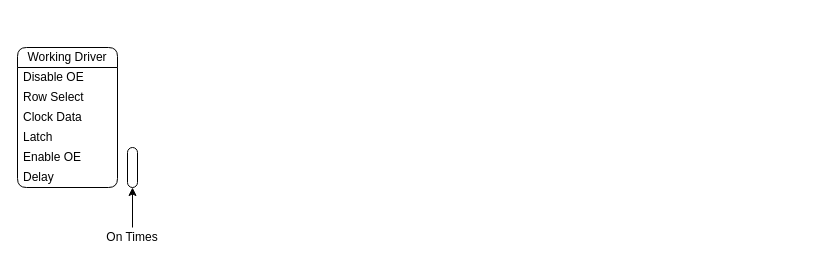
This is page "HUB75" (2 of 3) of Documentation/Graphics Pipeline.drawio from XCR1793/ARCOS, a draw.io file, before an edit. Source tidied: cells renumbered, new cells numbered last; positions are measured from the earlier drawing's top-left corner, leaving out a move shared by most shapes. Both pictures are drawn from the tidied source at 100%, with x=0, y=0 at pixel (17, 47).
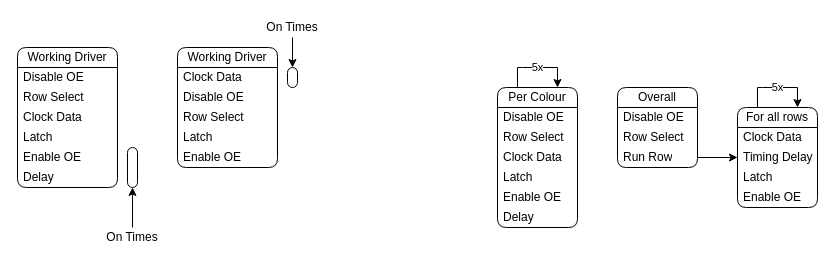
The same page after the edit.

Commit message:
Added ESP32-HUB75-I2S-DMA Reverse engineering

The edit, as a diff of the source:
```diff
@@
+    <mxCell id="12" value="Working Driver" style="swimlane;fontStyle=0;horizontal=1;startSize=20;whiteSpace=wrap;html=1;rounded=1;" parent="1" vertex="1">
+      <mxGeometry x="160" width="100" height="120" as="geometry" />
+    </mxCell>
+    <mxCell id="13" value="Clock Data" style="text;strokeColor=none;fillColor=none;align=left;verticalAlign=middle;spacingLeft=4;spacingRight=4;overflow=hidden;whiteSpace=wrap;html=1;" parent="12" vertex="1">
+      <mxGeometry y="20" width="100" height="20" as="geometry" />
+    </mxCell>
+    <mxCell id="14" value="Disable OE" style="text;strokeColor=none;fillColor=none;align=left;verticalAlign=middle;spacingLeft=4;spacingRight=4;overflow=hidden;whiteSpace=wrap;html=1;" parent="12" vertex="1">
+      <mxGeometry y="40" width="100" height="20" as="geometry" />
+    </mxCell>
+    <mxCell id="15" value="Row Select" style="text;strokeColor=none;fillColor=none;align=left;verticalAlign=middle;spacingLeft=4;spacingRight=4;overflow=hidden;whiteSpace=wrap;html=1;" parent="12" vertex="1">
+      <mxGeometry y="60" width="100" height="20" as="geometry" />
+    </mxCell>
+    <mxCell id="16" value="Latch" style="text;strokeColor=none;fillColor=none;align=left;verticalAlign=middle;spacingLeft=4;spacingRight=4;overflow=hidden;whiteSpace=wrap;html=1;" parent="12" vertex="1">
+      <mxGeometry y="80" width="100" height="20" as="geometry" />
+    </mxCell>
+    <mxCell id="17" value="Enable OE" style="text;strokeColor=none;fillColor=none;align=left;verticalAlign=middle;spacingLeft=4;spacingRight=4;overflow=hidden;whiteSpace=wrap;html=1;" parent="12" vertex="1">
+      <mxGeometry y="100" width="100" height="20" as="geometry" />
+    </mxCell>
+    <mxCell id="18" style="rounded=1;whiteSpace=wrap;html=1;absoluteArcSize=1;" parent="1" vertex="1">
+      <mxGeometry x="270" y="20" width="10" height="20" as="geometry" />
+    </mxCell>
+    <mxCell id="19" style="edgeStyle=orthogonalEdgeStyle;rounded=0;jettySize=auto;html=1;exitX=0.5;exitY=1;exitDx=0;exitDy=0;entryX=0.5;entryY=0;entryDx=0;entryDy=0;" parent="1" edge="1" source="20" target="18">
+      <mxGeometry relative="1" as="geometry" />
+    </mxCell>
+    <mxCell id="20" value="On Times" style="text;html=1;align=center;verticalAlign=middle;whiteSpace=wrap;rounded=0;" parent="1" vertex="1">
+      <mxGeometry x="240" y="-30" width="70" height="20" as="geometry" />
+    </mxCell>
+    <mxCell id="21" value="Per Colour" style="swimlane;fontStyle=0;horizontal=1;startSize=20;whiteSpace=wrap;html=1;rounded=1;" parent="1" vertex="1">
+      <mxGeometry x="480" y="40" width="80" height="140" as="geometry" />
+    </mxCell>
+    <mxCell id="22" value="Disable OE" style="text;strokeColor=none;fillColor=none;align=left;verticalAlign=middle;spacingLeft=4;spacingRight=4;overflow=hidden;whiteSpace=wrap;html=1;" parent="21" vertex="1">
+      <mxGeometry y="20" width="80" height="20" as="geometry" />
+    </mxCell>
+    <mxCell id="23" value="Row Select" style="text;strokeColor=none;fillColor=none;align=left;verticalAlign=middle;spacingLeft=4;spacingRight=4;overflow=hidden;whiteSpace=wrap;html=1;" parent="21" vertex="1">
+      <mxGeometry y="40" width="80" height="20" as="geometry" />
+    </mxCell>
+    <mxCell id="24" value="Clock Data" style="text;strokeColor=none;fillColor=none;align=left;verticalAlign=middle;spacingLeft=4;spacingRight=4;overflow=hidden;whiteSpace=wrap;html=1;" parent="21" vertex="1">
+      <mxGeometry y="60" width="80" height="20" as="geometry" />
+    </mxCell>
+    <mxCell id="25" value="Latch" style="text;strokeColor=none;fillColor=none;align=left;verticalAlign=middle;spacingLeft=4;spacingRight=4;overflow=hidden;whiteSpace=wrap;html=1;" parent="21" vertex="1">
+      <mxGeometry y="80" width="80" height="20" as="geometry" />
+    </mxCell>
+    <mxCell id="26" value="Enable OE" style="text;strokeColor=none;fillColor=none;align=left;verticalAlign=middle;spacingLeft=4;spacingRight=4;overflow=hidden;whiteSpace=wrap;html=1;" parent="21" vertex="1">
+      <mxGeometry y="100" width="80" height="20" as="geometry" />
+    </mxCell>
+    <mxCell id="27" value="Delay" style="text;strokeColor=none;fillColor=none;align=left;verticalAlign=middle;spacingLeft=4;spacingRight=4;overflow=hidden;whiteSpace=wrap;html=1;" parent="21" vertex="1">
+      <mxGeometry y="120" width="80" height="20" as="geometry" />
+    </mxCell>
+    <mxCell id="28" value="5x" style="edgeStyle=orthogonalEdgeStyle;rounded=0;orthogonalLoop=1;jettySize=auto;html=1;exitX=0.25;exitY=0;exitDx=0;exitDy=0;entryX=0.75;entryY=0;entryDx=0;entryDy=0;" parent="1" edge="1" source="21" target="21">
+      <mxGeometry relative="1" as="geometry">
+        <Array as="points">
+          <mxPoint x="505" y="20" />
+          <mxPoint x="555" y="20" />
+        </Array>
+      </mxGeometry>
+    </mxCell>
+    <mxCell id="29" value="For all rows" style="swimlane;fontStyle=0;horizontal=1;startSize=20;whiteSpace=wrap;html=1;rounded=1;" parent="1" vertex="1">
+      <mxGeometry x="720" y="60" width="80" height="100" as="geometry" />
+    </mxCell>
+    <mxCell id="30" value="Clock Data" style="text;strokeColor=none;fillColor=none;align=left;verticalAlign=middle;spacingLeft=4;spacingRight=4;overflow=hidden;whiteSpace=wrap;html=1;" parent="29" vertex="1">
+      <mxGeometry y="20" width="80" height="20" as="geometry" />
+    </mxCell>
+    <mxCell id="31" value="Timing Delay" style="text;strokeColor=none;fillColor=none;align=left;verticalAlign=middle;spacingLeft=4;spacingRight=4;overflow=hidden;whiteSpace=wrap;html=1;" parent="29" vertex="1">
+      <mxGeometry y="40" width="80" height="20" as="geometry" />
+    </mxCell>
+    <mxCell id="32" value="Latch" style="text;strokeColor=none;fillColor=none;align=left;verticalAlign=middle;spacingLeft=4;spacingRight=4;overflow=hidden;whiteSpace=wrap;html=1;" parent="29" vertex="1">
+      <mxGeometry y="60" width="80" height="20" as="geometry" />
+    </mxCell>
+    <mxCell id="33" value="Enable OE" style="text;strokeColor=none;fillColor=none;align=left;verticalAlign=middle;spacingLeft=4;spacingRight=4;overflow=hidden;whiteSpace=wrap;html=1;" parent="29" vertex="1">
+      <mxGeometry y="80" width="80" height="20" as="geometry" />
+    </mxCell>
+    <mxCell id="34" value="5x" style="edgeStyle=orthogonalEdgeStyle;rounded=0;orthogonalLoop=1;jettySize=auto;html=1;exitX=0.25;exitY=0;exitDx=0;exitDy=0;entryX=0.75;entryY=0;entryDx=0;entryDy=0;" parent="1" edge="1" source="29" target="29">
+      <mxGeometry relative="1" as="geometry">
+        <Array as="points">
+          <mxPoint x="745" y="40" />
+          <mxPoint x="795" y="40" />
+        </Array>
+      </mxGeometry>
+    </mxCell>
+    <mxCell id="35" value="Overall" style="swimlane;fontStyle=0;horizontal=1;startSize=20;whiteSpace=wrap;html=1;rounded=1;" parent="1" vertex="1">
+      <mxGeometry x="600" y="40" width="80" height="80" as="geometry" />
+    </mxCell>
+    <mxCell id="36" value="Disable OE" style="text;strokeColor=none;fillColor=none;align=left;verticalAlign=middle;spacingLeft=4;spacingRight=4;overflow=hidden;whiteSpace=wrap;html=1;" parent="35" vertex="1">
+      <mxGeometry y="20" width="80" height="20" as="geometry" />
+    </mxCell>
+    <mxCell id="37" value="Row Select" style="text;strokeColor=none;fillColor=none;align=left;verticalAlign=middle;spacingLeft=4;spacingRight=4;overflow=hidden;whiteSpace=wrap;html=1;" parent="35" vertex="1">
+      <mxGeometry y="40" width="80" height="20" as="geometry" />
+    </mxCell>
+    <mxCell id="38" value="Run Row" style="text;strokeColor=none;fillColor=none;align=left;verticalAlign=middle;spacingLeft=4;spacingRight=4;overflow=hidden;points=[[0,0.5],[1,0.5]];portConstraint=eastwest;whiteSpace=wrap;html=1;" parent="35" vertex="1">
+      <mxGeometry y="60" width="80" height="20" as="geometry" />
+    </mxCell>
+    <mxCell id="39" style="edgeStyle=orthogonalEdgeStyle;rounded=0;jettySize=auto;html=1;exitX=1;exitY=0.5;exitDx=0;exitDy=0;" parent="1" edge="1" source="38" target="29">
+      <mxGeometry relative="1" as="geometry" />
+    </mxCell>
```
